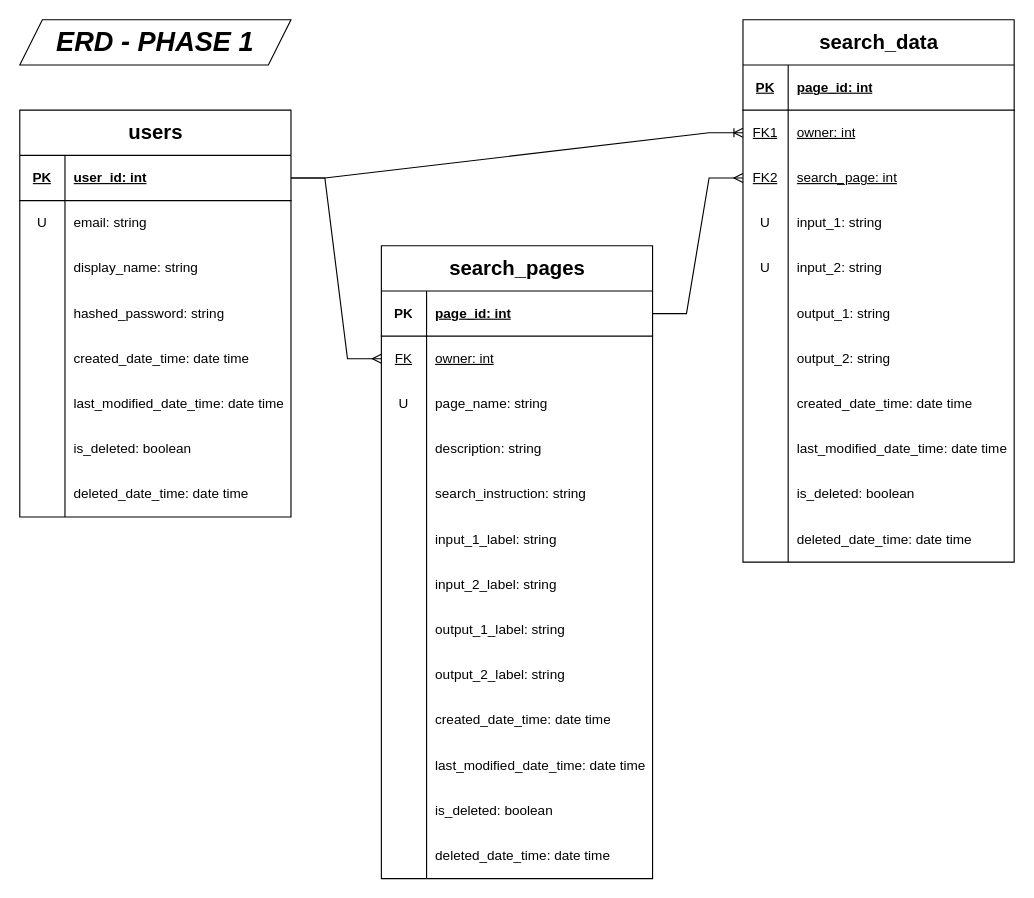
yozakura-minato/kensaku-docs keeps this draw.io diagram as erd/erd_p1.drawio. Above is the earlier version. Source tidied: cells renumbered, new cells numbered last; positions are measured from the earlier drawing's top-left corner, leaving out a move shared by most shapes. Both pictures are drawn from the tidied source at 113%, with x=0, y=0 at pixel (19, 19).
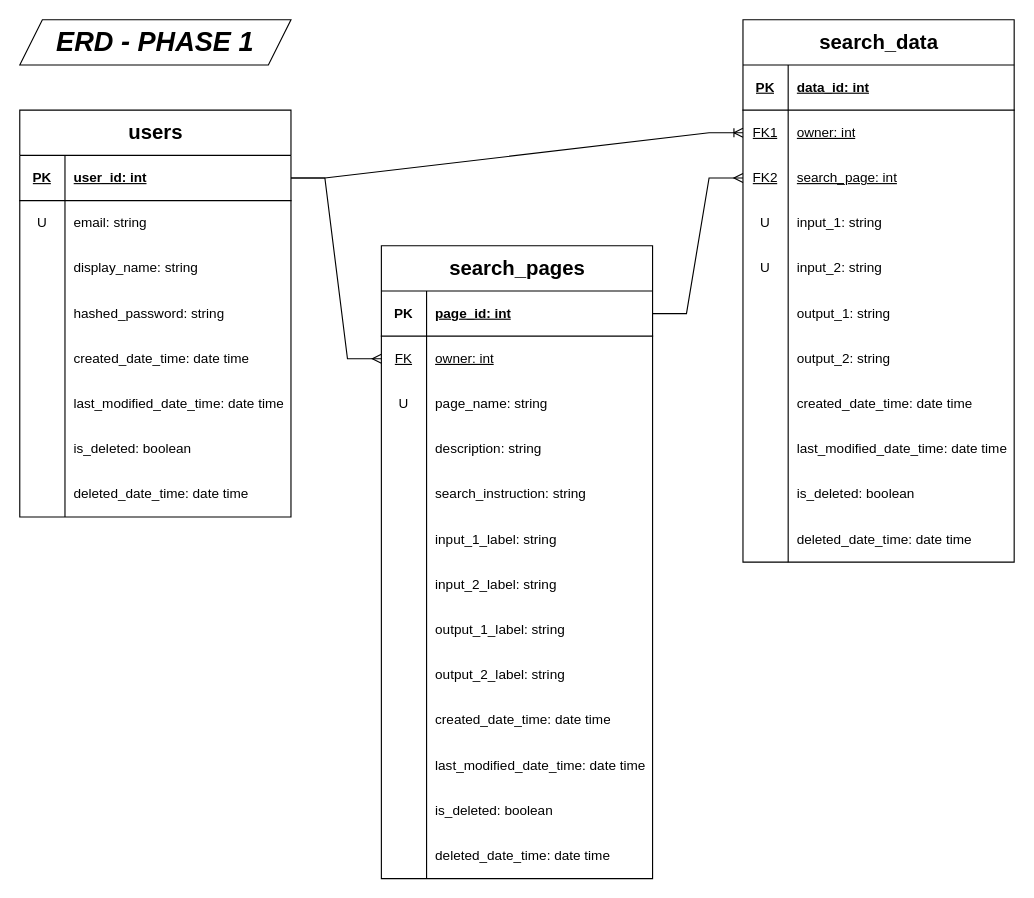
Above is the later version.

Commit message (it also covers changes not shown here):
p1-s1_fix__fix search-data id attribute

The change refers to these unchanged cells:
```xml
<mxCell id="28" style="shape=tableRow;horizontal=0;startSize=0;swimlaneHead=0;swimlaneBody=0;fillColor=none;top=0;left=0;right=0;bottom=1;" parent="27" vertex="1">
  <mxGeometry y="40" width="240" height="40" as="geometry" />
</mxCell>
```

Diff of the diagram source:
```diff
@@
-    <mxCell id="30" value="page_id: int" style="shape=partialRectangle;fillColor=none;top=0;left=0;bottom=0;right=0;align=left;spacingLeft=6;fontStyle=5;overflow=hidden;whiteSpace=wrap;html=1;" parent="28" vertex="1">
+    <mxCell id="30" value="data_id: int" style="shape=partialRectangle;fillColor=none;top=0;left=0;bottom=0;right=0;align=left;spacingLeft=6;fontStyle=5;overflow=hidden;whiteSpace=wrap;html=1;" parent="28" vertex="1">
       <mxGeometry x="40" width="200" height="40" as="geometry" />
     </mxCell>
```
